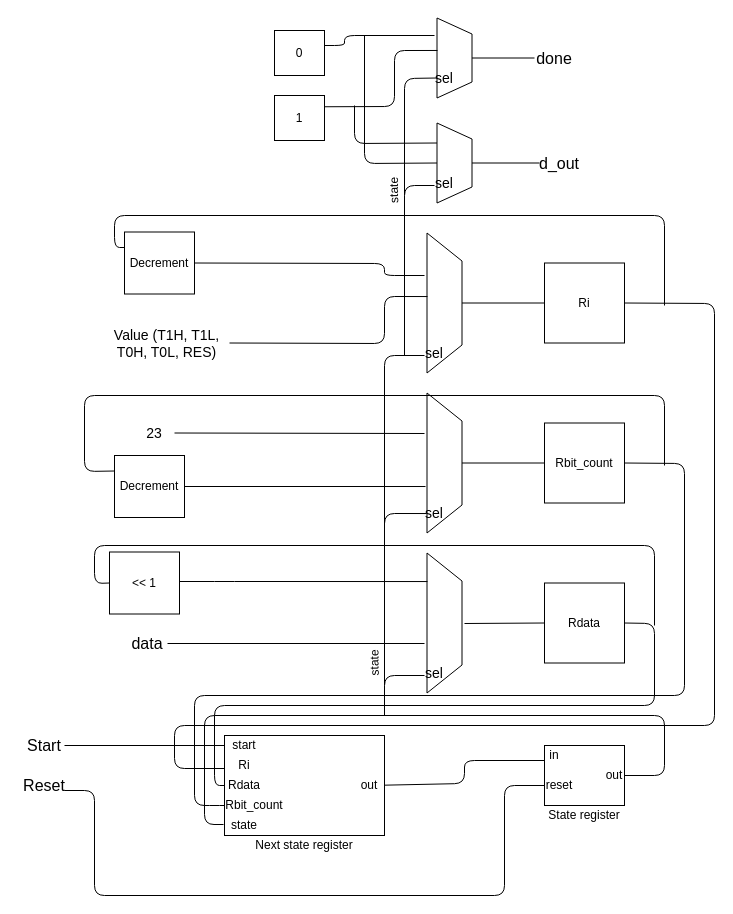
Before: docs/diagrams/WS2813_Driver_rtl.drawio in andraspatka/ws2813_driver, a draw.io diagram. Source tidied: cells renumbered, new cells numbered last; positions are measured from the earlier drawing's top-left corner, leaving out a move shared by most shapes. Both pictures are drawn from the tidied source at 100%, with x=0, y=0 at pixel (24, 30).
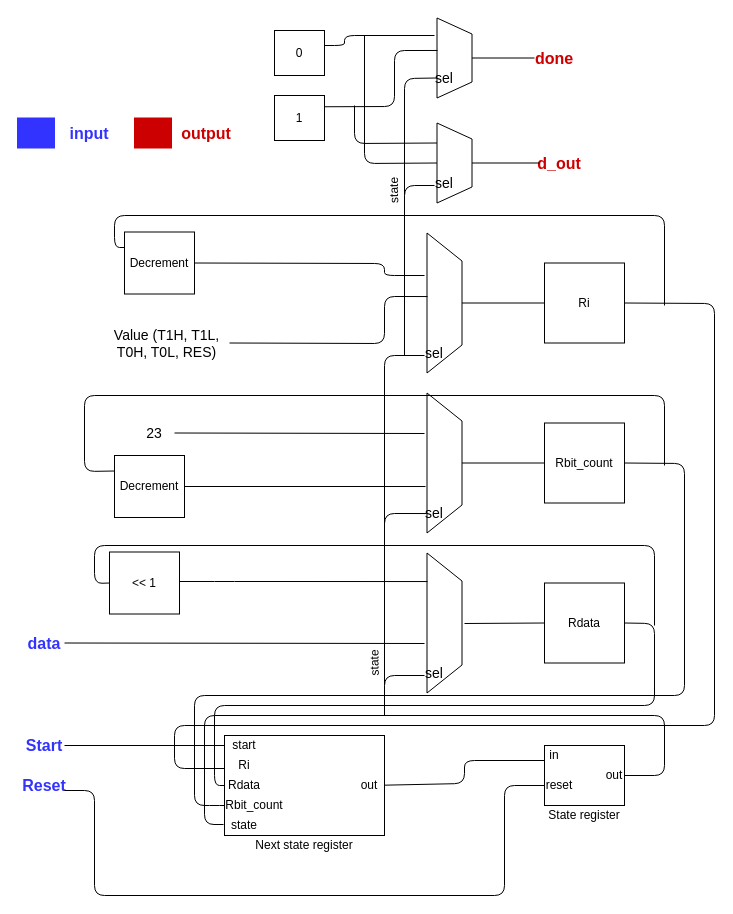
After the change.

Commit message (it also covers changes not shown here):
Controller RTL diagram létrehozása

Diff of the diagram source:
```diff
@@
-    <mxCell id="9" value="&lt;font style=&quot;font-size: 16px&quot;&gt;Start&lt;/font&gt;" style="text;html=1;strokeColor=none;fillColor=none;align=center;verticalAlign=middle;whiteSpace=wrap;rounded=0;" parent="1" vertex="1">
+    <mxCell id="9" value="&lt;font style=&quot;font-size: 16px&quot; color=&quot;#3333ff&quot;&gt;&lt;b&gt;Start&lt;/b&gt;&lt;/font&gt;" style="text;html=1;strokeColor=none;fillColor=none;align=center;verticalAlign=middle;whiteSpace=wrap;rounded=0;" parent="1" vertex="1">
       <mxGeometry y="705" width="40" height="20" as="geometry" />
     </mxCell>
-    <mxCell id="10" value="&lt;font style=&quot;font-size: 16px&quot;&gt;Reset&lt;/font&gt;" style="text;html=1;strokeColor=none;fillColor=none;align=center;verticalAlign=middle;whiteSpace=wrap;rounded=0;" parent="1" vertex="1">
+    <mxCell id="10" value="&lt;font style=&quot;font-size: 16px&quot; color=&quot;#3333ff&quot;&gt;&lt;b&gt;Reset&lt;/b&gt;&lt;/font&gt;" style="text;html=1;strokeColor=none;fillColor=none;align=center;verticalAlign=middle;whiteSpace=wrap;rounded=0;" parent="1" vertex="1">
       <mxGeometry y="745" width="40" height="20" as="geometry" />
     </mxCell>
@@
-    <mxCell id="41" value="&lt;font style=&quot;font-size: 16px&quot;&gt;data&lt;/font&gt;" style="text;html=1;strokeColor=none;fillColor=none;align=center;verticalAlign=middle;whiteSpace=wrap;rounded=0;" parent="1" vertex="1">
-      <mxGeometry x="102.5" y="602.5" width="40" height="20" as="geometry" />
+    <mxCell id="41" value="&lt;font style=&quot;font-size: 16px&quot; color=&quot;#3333ff&quot;&gt;&lt;b&gt;data&lt;/b&gt;&lt;/font&gt;" style="text;html=1;strokeColor=none;fillColor=none;align=center;verticalAlign=middle;whiteSpace=wrap;rounded=0;" parent="1" vertex="1">
+      <mxGeometry y="602.5" width="40" height="20" as="geometry" />
     </mxCell>
-    <mxCell id="42" value="&lt;font style=&quot;font-size: 16px&quot;&gt;done&lt;/font&gt;" style="text;html=1;strokeColor=none;fillColor=none;align=center;verticalAlign=middle;whiteSpace=wrap;rounded=0;" parent="1" vertex="1">
+    <mxCell id="42" value="&lt;font style=&quot;font-size: 16px&quot; color=&quot;#cc0000&quot;&gt;&lt;b&gt;done&lt;/b&gt;&lt;/font&gt;" style="text;html=1;strokeColor=none;fillColor=none;align=center;verticalAlign=middle;whiteSpace=wrap;rounded=0;" parent="1" vertex="1">
       <mxGeometry x="510" y="17.5" width="40" height="20" as="geometry" />
     </mxCell>
-    <mxCell id="43" value="&lt;font style=&quot;font-size: 16px&quot;&gt;d_out&lt;/font&gt;" style="text;html=1;strokeColor=none;fillColor=none;align=center;verticalAlign=middle;whiteSpace=wrap;rounded=0;" parent="1" vertex="1">
+    <mxCell id="43" value="&lt;font style=&quot;font-size: 16px&quot; color=&quot;#cc0000&quot;&gt;&lt;b&gt;d_out&lt;/b&gt;&lt;/font&gt;" style="text;html=1;strokeColor=none;fillColor=none;align=center;verticalAlign=middle;whiteSpace=wrap;rounded=0;" parent="1" vertex="1">
       <mxGeometry x="515" y="122.5" width="40" height="20" as="geometry" />
     </mxCell>
@@
-    <mxCell id="53" style="endArrow=none;html=1;fontSize=14;" parent="1" edge="1">
+    <mxCell id="53" style="endArrow=none;html=1;fontSize=14;exitX=1;exitY=0.5;exitDx=0;exitDy=0;" parent="1" edge="1" source="41">
       <mxGeometry relative="1" as="geometry">
-        <mxPoint x="143" y="613" as="sourcePoint" />
         <mxPoint x="400" y="613" as="targetPoint" />
       </mxGeometry>
     </mxCell>
@@
+    <mxCell id="72" style="rounded=0;whiteSpace=wrap;html=1;fillColor=#3333FF;strokeColor=#3333FF;" parent="1" vertex="1">
+      <mxGeometry x="-7" y="87.5" width="37" height="30" as="geometry" />
+    </mxCell>
+    <mxCell id="73" value="&lt;span style=&quot;font-size: 16px&quot;&gt;&lt;font color=&quot;#3333ff&quot;&gt;&lt;b&gt;input&lt;/b&gt;&lt;/font&gt;&lt;/span&gt;" style="text;html=1;strokeColor=none;fillColor=none;align=center;verticalAlign=middle;whiteSpace=wrap;rounded=0;" parent="1" vertex="1">
+      <mxGeometry x="40" y="92.5" width="50" height="20" as="geometry" />
+    </mxCell>
+    <mxCell id="74" style="rounded=0;whiteSpace=wrap;html=1;fillColor=#CC0000;strokeColor=#CC0000;" parent="1" vertex="1">
+      <mxGeometry x="110" y="87.5" width="37" height="30" as="geometry" />
+    </mxCell>
+    <mxCell id="75" value="&lt;span style=&quot;font-size: 16px&quot;&gt;&lt;b&gt;&lt;font color=&quot;#cc0000&quot;&gt;output&lt;/font&gt;&lt;/b&gt;&lt;/span&gt;" style="text;html=1;strokeColor=none;fillColor=none;align=center;verticalAlign=middle;whiteSpace=wrap;rounded=0;" parent="1" vertex="1">
+      <mxGeometry x="157" y="92.5" width="50" height="20" as="geometry" />
+    </mxCell>
```
